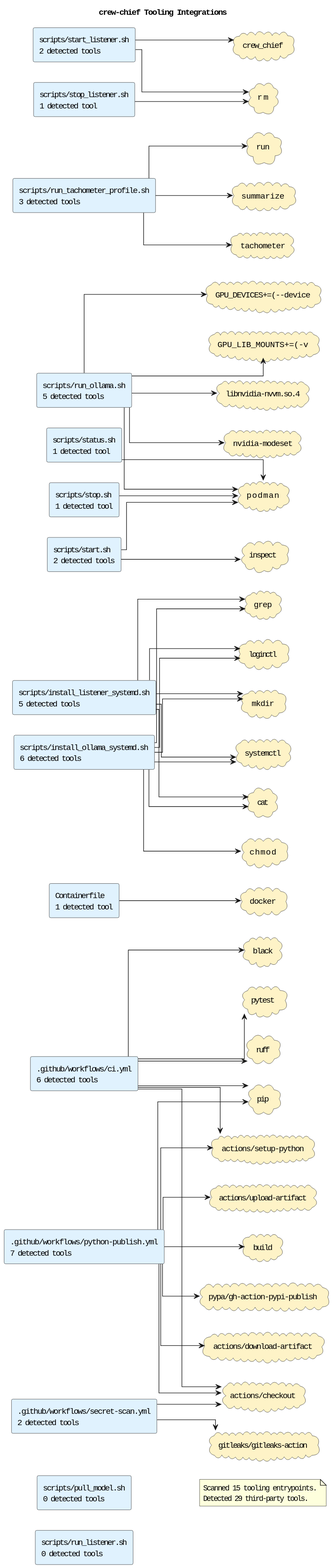
This is docs/diagrams/tooling-integrations.puml.svg from casonk/crew-chief, a PlantUML export, as it was before one commit.
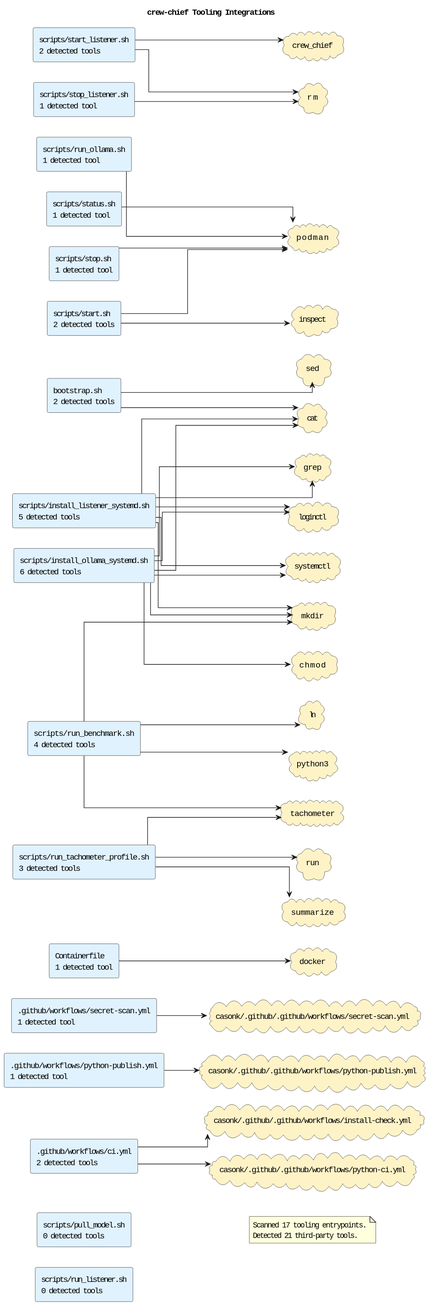
After the change.

Diff of the diagram source:
```diff
@@ -5,66 +5,51 @@
 skinparam defaultFontName Monospace
 skinparam componentStyle rectangle
 skinparam linetype ortho
-rectangle ".github/workflows/ci.yml\n6 detected tools" as source_github_workflows_ci_yml #E0F2FE
-rectangle ".github/workflows/python-publish.yml\n7 detected tools" as source_github_workflows_python_publish_yml #E0F2FE
-rectangle ".github/workflows/secret-scan.yml\n2 detected tools" as source_github_workflows_secret_scan_yml #E0F2FE
+rectangle ".github/workflows/ci.yml\n2 detected tools" as source_github_workflows_ci_yml #E0F2FE
+rectangle ".github/workflows/python-publish.yml\n1 detected tool" as source_github_workflows_python_publish_yml #E0F2FE
+rectangle ".github/workflows/secret-scan.yml\n1 detected tool" as source_github_workflows_secret_scan_yml #E0F2FE
 rectangle "Containerfile\n1 detected tool" as source_containerfile #E0F2FE
+rectangle "bootstrap.sh\n2 detected tools" as source_bootstrap_sh #E0F2FE
 rectangle "scripts/install_listener_systemd.sh\n5 detected tools" as source_scripts_install_listener_systemd_sh #E0F2FE
 rectangle "scripts/install_ollama_systemd.sh\n6 detected tools" as source_scripts_install_ollama_systemd_sh #E0F2FE
 rectangle "scripts/pull_model.sh\n0 detected tools" as source_scripts_pull_model_sh #E0F2FE
+rectangle "scripts/run_benchmark.sh\n4 detected tools" as source_scripts_run_benchmark_sh #E0F2FE
 rectangle "scripts/run_listener.sh\n0 detected tools" as source_scripts_run_listener_sh #E0F2FE
-rectangle "scripts/run_ollama.sh\n5 detected tools" as source_scripts_run_ollama_sh #E0F2FE
+rectangle "scripts/run_ollama.sh\n1 detected tool" as source_scripts_run_ollama_sh #E0F2FE
 rectangle "scripts/run_tachometer_profile.sh\n3 detected tools" as source_scripts_run_tachometer_profile_sh #E0F2FE
 rectangle "scripts/start.sh\n2 detected tools" as source_scripts_start_sh #E0F2FE
 rectangle "scripts/start_listener.sh\n2 detected tools" as source_scripts_start_listener_sh #E0F2FE
 rectangle "scripts/status.sh\n1 detected tool" as source_scripts_status_sh #E0F2FE
 rectangle "scripts/stop.sh\n1 detected tool" as source_scripts_stop_sh #E0F2FE
 rectangle "scripts/stop_listener.sh\n1 detected tool" as source_scripts_stop_listener_sh #E0F2FE
-cloud "GPU_DEVICES+=(--device" as tool_gpu_devices_device #FEF3C7
-cloud "GPU_LIB_MOUNTS+=(-v" as tool_gpu_lib_mounts_v #FEF3C7
-cloud "actions/checkout" as tool_actions_checkout #FEF3C7
-cloud "actions/download-artifact" as tool_actions_download_artifact #FEF3C7
-cloud "actions/setup-python" as tool_actions_setup_python #FEF3C7
-cloud "actions/upload-artifact" as tool_actions_upload_artifact #FEF3C7
-cloud "black" as tool_black #FEF3C7
-cloud "build" as tool_build #FEF3C7
+cloud "casonk/.github/.github/workflows/install-check.yml" as tool_casonk_github_github_workflows_install_check_yml #FEF3C7
+cloud "casonk/.github/.github/workflows/python-ci.yml" as tool_casonk_github_github_workflows_python_ci_yml #FEF3C7
+cloud "casonk/.github/.github/workflows/python-publish.yml" as tool_casonk_github_github_workflows_python_publish_yml #FEF3C7
+cloud "casonk/.github/.github/workflows/secret-scan.yml" as tool_casonk_github_github_workflows_secret_scan_yml #FEF3C7
 cloud "cat" as tool_cat #FEF3C7
 cloud "chmod" as tool_chmod #FEF3C7
 cloud "crew_chief" as tool_crew_chief #FEF3C7
 cloud "docker" as tool_docker #FEF3C7
-cloud "gitleaks/gitleaks-action" as tool_gitleaks_gitleaks_action #FEF3C7
 cloud "grep" as tool_grep #FEF3C7
 cloud "inspect" as tool_inspect #FEF3C7
-cloud "libnvidia-nvvm.so.4" as tool_libnvidia_nvvm_so_4 #FEF3C7
+cloud "ln" as tool_ln #FEF3C7
 cloud "loginctl" as tool_loginctl #FEF3C7
 cloud "mkdir" as tool_mkdir #FEF3C7
-cloud "nvidia-modeset" as tool_nvidia_modeset #FEF3C7
-cloud "pip" as tool_pip #FEF3C7
 cloud "podman" as tool_podman #FEF3C7
-cloud "pypa/gh-action-pypi-publish" as tool_pypa_gh_action_pypi_publish #FEF3C7
-cloud "pytest" as tool_pytest #FEF3C7
+cloud "python3" as tool_python3 #FEF3C7
 cloud "rm" as tool_rm #FEF3C7
-cloud "ruff" as tool_ruff #FEF3C7
 cloud "run" as tool_run #FEF3C7
+cloud "sed" as tool_sed #FEF3C7
 cloud "summarize" as tool_summarize #FEF3C7
 cloud "systemctl" as tool_systemctl #FEF3C7
 cloud "tachometer" as tool_tachometer #FEF3C7
-source_github_workflows_ci_yml --> tool_actions_checkout
-source_github_workflows_ci_yml --> tool_actions_setup_python
-source_github_workflows_ci_yml --> tool_black
-source_github_workflows_ci_yml --> tool_pip
-source_github_workflows_ci_yml --> tool_pytest
-source_github_workflows_ci_yml --> tool_ruff
-source_github_workflows_python_publish_yml --> tool_actions_checkout
-source_github_workflows_python_publish_yml --> tool_actions_download_artifact
-source_github_workflows_python_publish_yml --> tool_actions_setup_python
-source_github_workflows_python_publish_yml --> tool_actions_upload_artifact
-source_github_workflows_python_publish_yml --> tool_build
-source_github_workflows_python_publish_yml --> tool_pip
-source_github_workflows_python_publish_yml --> tool_pypa_gh_action_pypi_publish
-source_github_workflows_secret_scan_yml --> tool_actions_checkout
-source_github_workflows_secret_scan_yml --> tool_gitleaks_gitleaks_action
+source_github_workflows_ci_yml --> tool_casonk_github_github_workflows_install_check_yml
+source_github_workflows_ci_yml --> tool_casonk_github_github_workflows_python_ci_yml
+source_github_workflows_python_publish_yml --> tool_casonk_github_github_workflows_python_publish_yml
+source_github_workflows_secret_scan_yml --> tool_casonk_github_github_workflows_secret_scan_yml
 source_containerfile --> tool_docker
+source_bootstrap_sh --> tool_cat
+source_bootstrap_sh --> tool_sed
 source_scripts_install_listener_systemd_sh --> tool_cat
 source_scripts_install_listener_systemd_sh --> tool_grep
 source_scripts_install_listener_systemd_sh --> tool_loginctl
@@ -76,10 +61,10 @@
 source_scripts_install_ollama_systemd_sh --> tool_loginctl
 source_scripts_install_ollama_systemd_sh --> tool_mkdir
 source_scripts_install_ollama_systemd_sh --> tool_systemctl
-source_scripts_run_ollama_sh --> tool_gpu_devices_device
-source_scripts_run_ollama_sh --> tool_gpu_lib_mounts_v
-source_scripts_run_ollama_sh --> tool_libnvidia_nvvm_so_4
-source_scripts_run_ollama_sh --> tool_nvidia_modeset
+source_scripts_run_benchmark_sh --> tool_ln
+source_scripts_run_benchmark_sh --> tool_mkdir
+source_scripts_run_benchmark_sh --> tool_python3
+source_scripts_run_benchmark_sh --> tool_tachometer
 source_scripts_run_ollama_sh --> tool_podman
 source_scripts_run_tachometer_profile_sh --> tool_run
 source_scripts_run_tachometer_profile_sh --> tool_summarize
@@ -92,7 +77,7 @@
 source_scripts_stop_sh --> tool_podman
 source_scripts_stop_listener_sh --> tool_rm
 note as toolingGraphSummary
-Scanned 15 tooling entrypoints.
-Detected 29 third-party tools.
+Scanned 17 tooling entrypoints.
+Detected 21 third-party tools.
 end note
 @enduml
```
